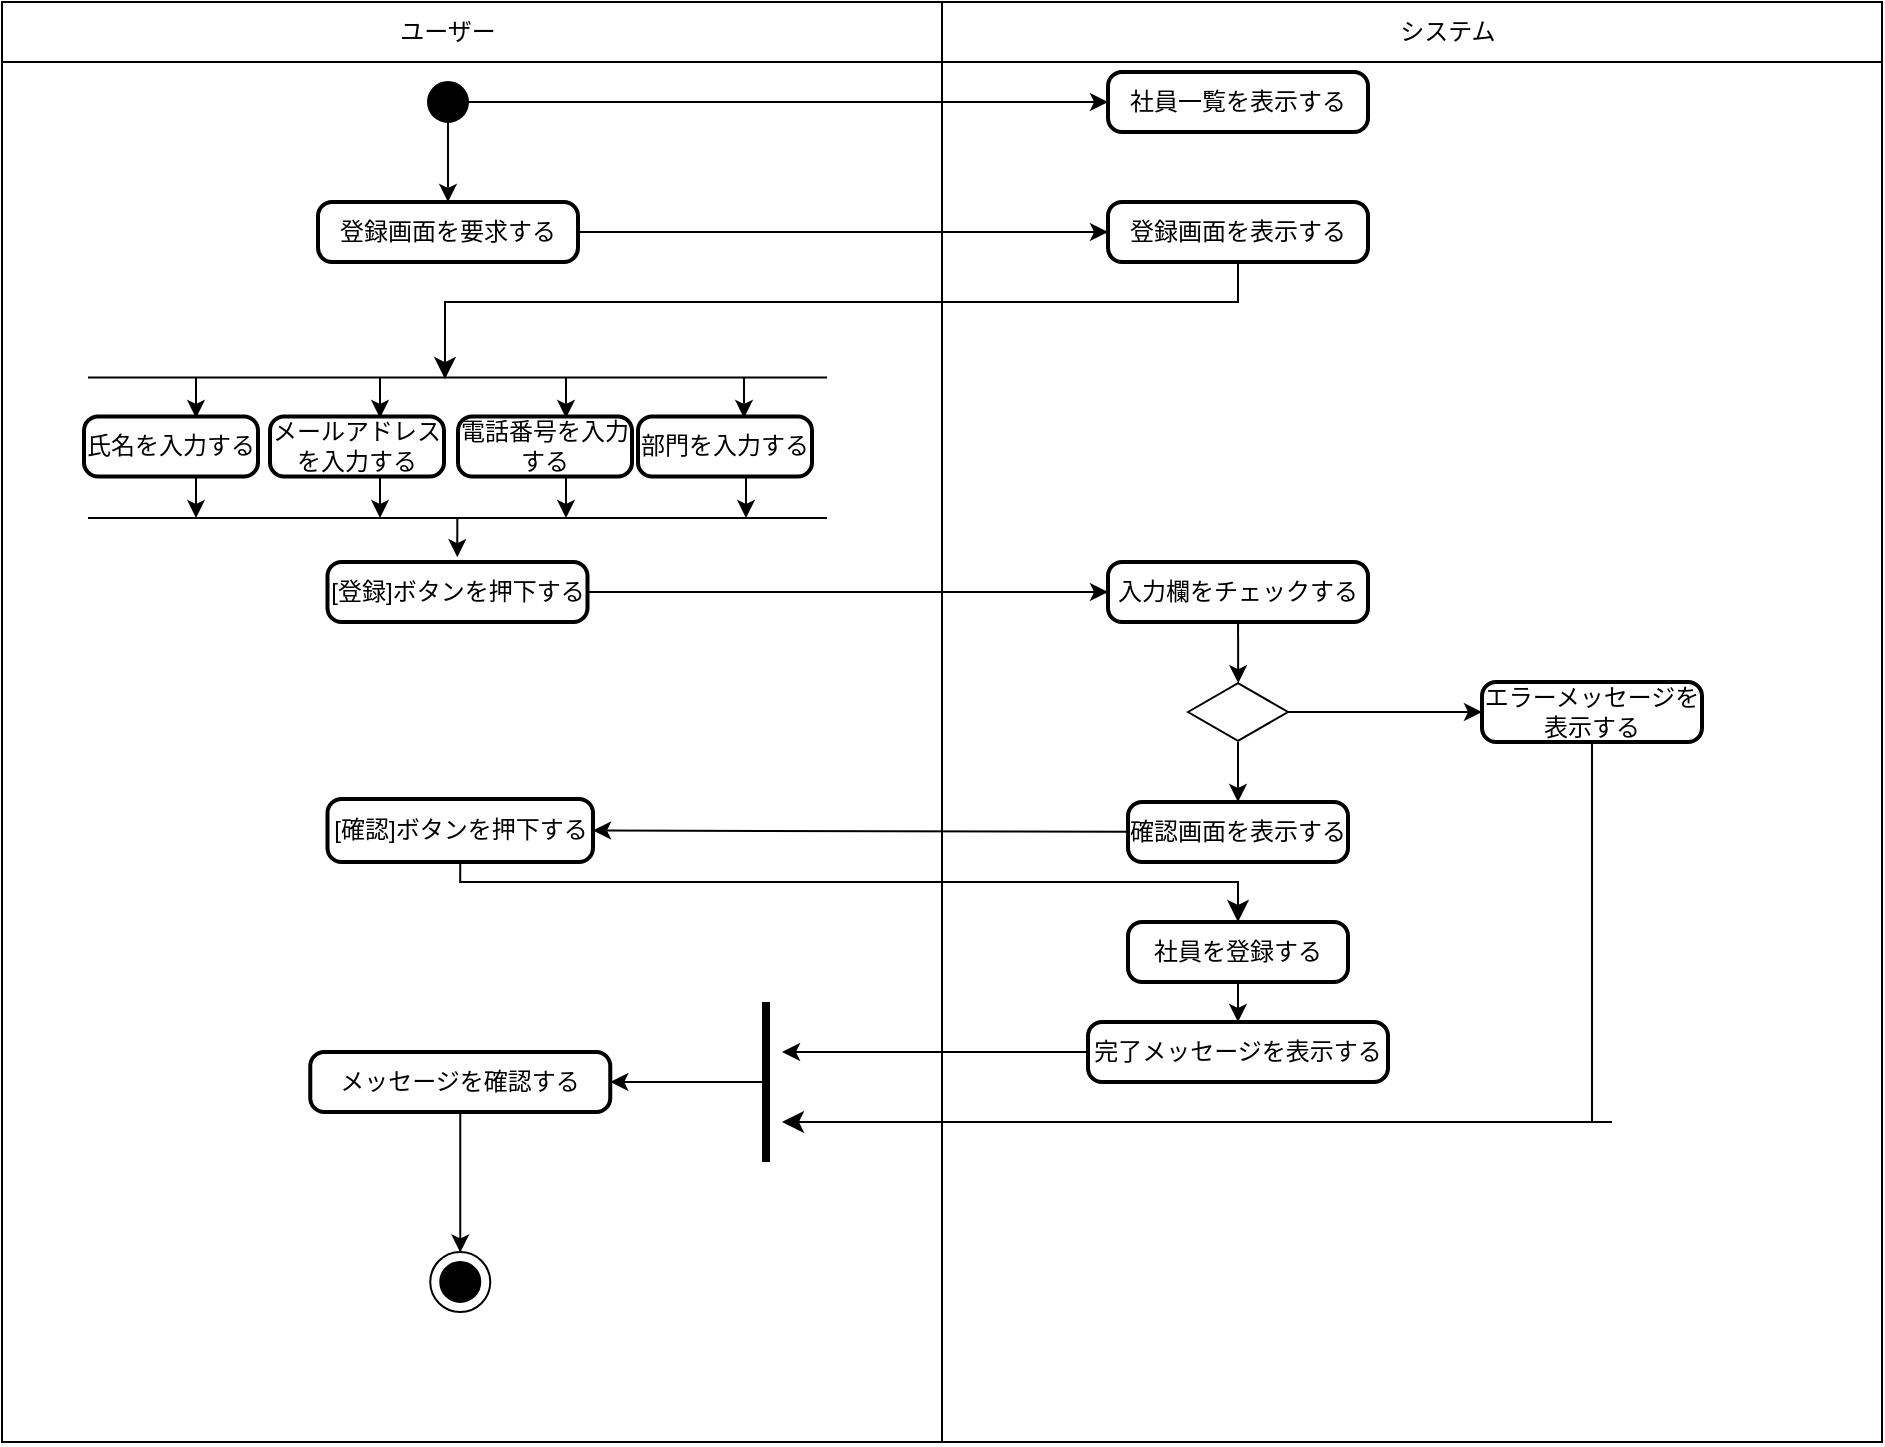
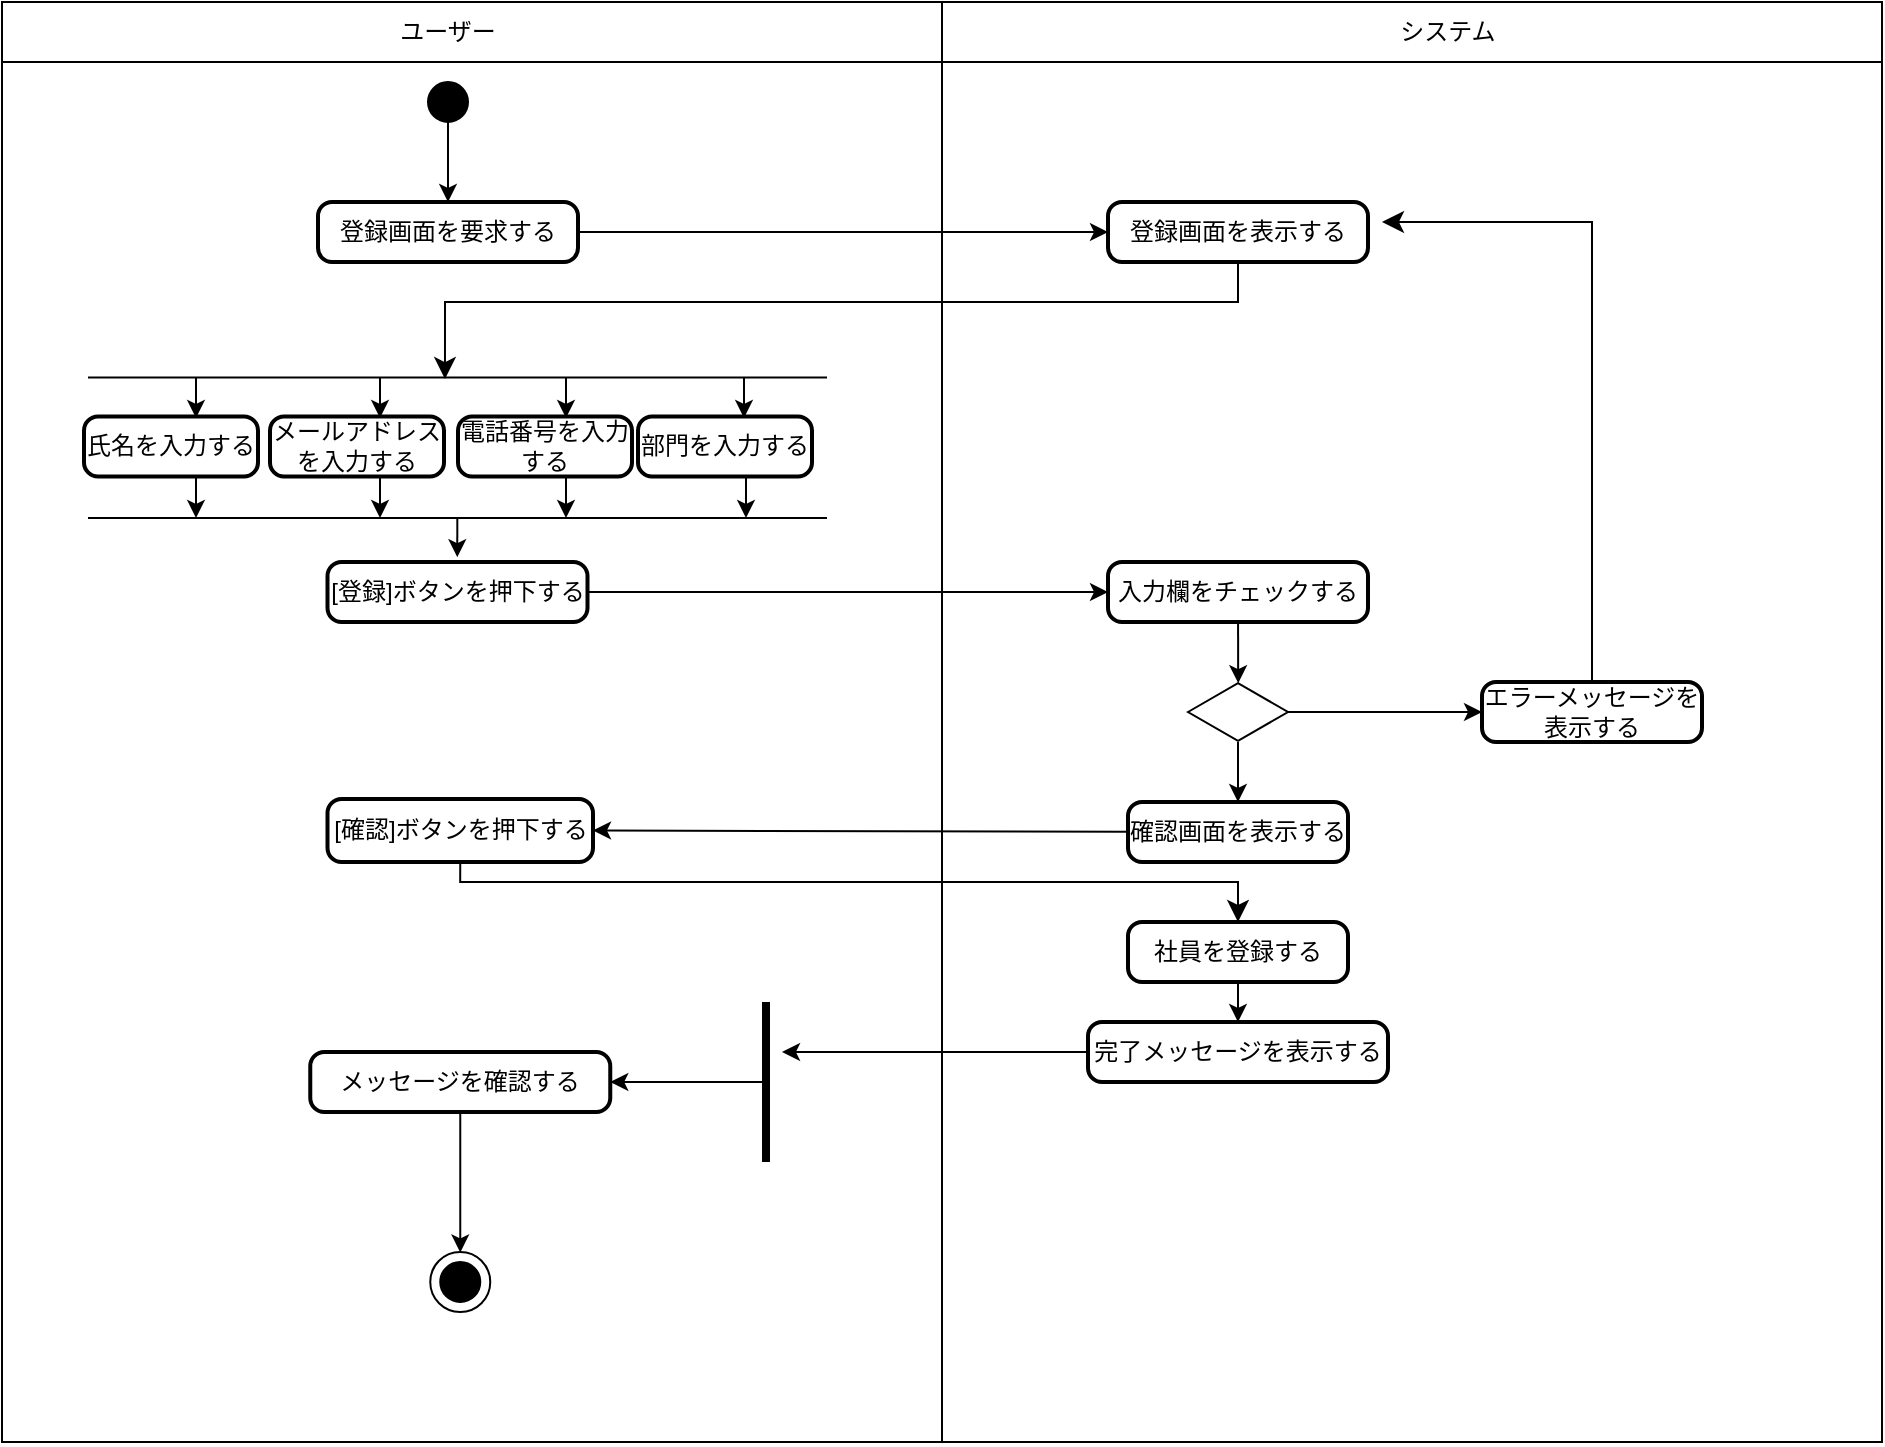
<mxfile host="65bd71144e">
    <diagram id="_1bGyNYO_4FTI1W7KcBl" name="ページ1">
-         <mxGraphModel dx="1775" dy="2217" grid="1" gridSize="10" guides="1" tooltips="1" connect="1" arrows="1" fold="1" page="1" pageScale="1" pageWidth="827" pageHeight="1169" math="0" shadow="0">
+         <mxGraphModel dx="822" dy="1518" grid="1" gridSize="10" guides="1" tooltips="1" connect="1" arrows="1" fold="1" page="1" pageScale="1" pageWidth="827" pageHeight="1169" math="0" shadow="0">
            <root>
                <mxCell id="0"/>
                <mxCell id="1" parent="0"/>
-                 <mxCell id="52" value="" style="swimlane;whiteSpace=wrap;html=1;startSize=30;" vertex="1" parent="1">
+                 <mxCell id="52" value="" style="swimlane;whiteSpace=wrap;html=1;startSize=30;" parent="1" vertex="1">
                    <mxGeometry x="70" y="-690" width="940" height="720" as="geometry"/>
                </mxCell>
-                 <mxCell id="53" value="ユーザー" style="text;html=1;align=center;verticalAlign=middle;whiteSpace=wrap;rounded=0;" vertex="1" parent="52">
+                 <mxCell id="53" value="ユーザー" style="text;html=1;align=center;verticalAlign=middle;whiteSpace=wrap;rounded=0;" parent="52" vertex="1">
                    <mxGeometry x="193" width="60" height="30" as="geometry"/>
                </mxCell>
-                 <mxCell id="54" value="システム" style="text;html=1;align=center;verticalAlign=middle;whiteSpace=wrap;rounded=0;" vertex="1" parent="52">
+                 <mxCell id="54" value="システム" style="text;html=1;align=center;verticalAlign=middle;whiteSpace=wrap;rounded=0;" parent="52" vertex="1">
                    <mxGeometry x="693" width="60" height="30" as="geometry"/>
                </mxCell>
-                 <mxCell id="55" style="edgeStyle=none;html=1;exitX=1;exitY=0.5;exitDx=0;exitDy=0;exitPerimeter=0;" edge="1" parent="52" source="57" target="65">
-                     <mxGeometry relative="1" as="geometry"/>
-                 </mxCell>
-                 <mxCell id="56" style="edgeStyle=none;html=1;exitX=0.5;exitY=1;exitDx=0;exitDy=0;exitPerimeter=0;entryX=0.5;entryY=0;entryDx=0;entryDy=0;" edge="1" parent="52" source="57" target="59">
-                     <mxGeometry relative="1" as="geometry"/>
-                 </mxCell>
-                 <mxCell id="57" value="" style="verticalLabelPosition=bottom;verticalAlign=top;html=1;shape=mxgraph.flowchart.on-page_reference;fillColor=#000000;" vertex="1" parent="52">
+                 <mxCell id="56" style="edgeStyle=none;html=1;exitX=0.5;exitY=1;exitDx=0;exitDy=0;exitPerimeter=0;entryX=0.5;entryY=0;entryDx=0;entryDy=0;" parent="52" source="57" target="59" edge="1">
+                     <mxGeometry relative="1" as="geometry"/>
+                 </mxCell>
+                 <mxCell id="57" value="" style="verticalLabelPosition=bottom;verticalAlign=top;html=1;shape=mxgraph.flowchart.on-page_reference;fillColor=#000000;" parent="52" vertex="1">
                    <mxGeometry x="213" y="40" width="20" height="20" as="geometry"/>
                </mxCell>
-                 <mxCell id="58" style="edgeStyle=none;html=1;entryX=0;entryY=0.5;entryDx=0;entryDy=0;" edge="1" parent="52" source="59" target="60">
-                     <mxGeometry relative="1" as="geometry"/>
-                 </mxCell>
-                 <mxCell id="59" value="登録画面を要求する" style="rounded=1;whiteSpace=wrap;html=1;absoluteArcSize=1;arcSize=14;strokeWidth=2;" vertex="1" parent="52">
+                 <mxCell id="58" style="edgeStyle=none;html=1;entryX=0;entryY=0.5;entryDx=0;entryDy=0;" parent="52" source="59" target="60" edge="1">
+                     <mxGeometry relative="1" as="geometry"/>
+                 </mxCell>
+                 <mxCell id="59" value="登録画面を要求する" style="rounded=1;whiteSpace=wrap;html=1;absoluteArcSize=1;arcSize=14;strokeWidth=2;" parent="52" vertex="1">
                    <mxGeometry x="158" y="100" width="130" height="30" as="geometry"/>
                </mxCell>
-                 <mxCell id="60" value="登録画面を表示する" style="rounded=1;whiteSpace=wrap;html=1;absoluteArcSize=1;arcSize=14;strokeWidth=2;" vertex="1" parent="52">
+                 <mxCell id="60" value="登録画面を表示する" style="rounded=1;whiteSpace=wrap;html=1;absoluteArcSize=1;arcSize=14;strokeWidth=2;" parent="52" vertex="1">
                    <mxGeometry x="553" y="100" width="130" height="30" as="geometry"/>
                </mxCell>
-                 <mxCell id="61" value="氏名を入力する" style="rounded=1;whiteSpace=wrap;html=1;absoluteArcSize=1;arcSize=14;strokeWidth=2;" vertex="1" parent="52">
+                 <mxCell id="61" value="氏名を入力する" style="rounded=1;whiteSpace=wrap;html=1;absoluteArcSize=1;arcSize=14;strokeWidth=2;" parent="52" vertex="1">
                    <mxGeometry x="41" y="207.25" width="87" height="30" as="geometry"/>
                </mxCell>
-                 <mxCell id="62" value="部門を入力する" style="rounded=1;whiteSpace=wrap;html=1;absoluteArcSize=1;arcSize=14;strokeWidth=2;" vertex="1" parent="52">
+                 <mxCell id="62" value="部門を入力する" style="rounded=1;whiteSpace=wrap;html=1;absoluteArcSize=1;arcSize=14;strokeWidth=2;" parent="52" vertex="1">
                    <mxGeometry x="318" y="207.25" width="87" height="30" as="geometry"/>
                </mxCell>
-                 <mxCell id="63" value="電話番号を入力する" style="rounded=1;whiteSpace=wrap;html=1;absoluteArcSize=1;arcSize=14;strokeWidth=2;" vertex="1" parent="52">
+                 <mxCell id="63" value="電話番号を入力する" style="rounded=1;whiteSpace=wrap;html=1;absoluteArcSize=1;arcSize=14;strokeWidth=2;" parent="52" vertex="1">
                    <mxGeometry x="228" y="207.25" width="87" height="30" as="geometry"/>
                </mxCell>
-                 <mxCell id="64" value="メールアドレスを入力する" style="rounded=1;whiteSpace=wrap;html=1;absoluteArcSize=1;arcSize=14;strokeWidth=2;" vertex="1" parent="52">
+                 <mxCell id="64" value="メールアドレスを入力する" style="rounded=1;whiteSpace=wrap;html=1;absoluteArcSize=1;arcSize=14;strokeWidth=2;" parent="52" vertex="1">
                    <mxGeometry x="134" y="207.25" width="87" height="30" as="geometry"/>
                </mxCell>
-                 <mxCell id="65" value="社員一覧を表示する" style="rounded=1;whiteSpace=wrap;html=1;absoluteArcSize=1;arcSize=14;strokeWidth=2;" vertex="1" parent="52">
-                     <mxGeometry x="553" y="35" width="130" height="30" as="geometry"/>
-                 </mxCell>
-                 <mxCell id="66" value="" style="shape=partialRectangle;whiteSpace=wrap;html=1;bottom=0;top=0;fillColor=none;rotation=-90;" vertex="1" parent="52">
+                 <mxCell id="66" value="" style="shape=partialRectangle;whiteSpace=wrap;html=1;bottom=0;top=0;fillColor=none;rotation=-90;" parent="52" vertex="1">
                    <mxGeometry x="192.66" y="38.6" width="70.19" height="368.5" as="geometry"/>
                </mxCell>
-                 <mxCell id="67" style="edgeStyle=none;html=1;entryX=0;entryY=0.5;entryDx=0;entryDy=0;" edge="1" parent="52" source="68" target="69">
-                     <mxGeometry relative="1" as="geometry"/>
-                 </mxCell>
-                 <mxCell id="68" value="[登録]ボタンを押下する" style="rounded=1;whiteSpace=wrap;html=1;absoluteArcSize=1;arcSize=14;strokeWidth=2;" vertex="1" parent="52">
+                 <mxCell id="67" style="edgeStyle=none;html=1;entryX=0;entryY=0.5;entryDx=0;entryDy=0;" parent="52" source="68" target="69" edge="1">
+                     <mxGeometry relative="1" as="geometry"/>
+                 </mxCell>
+                 <mxCell id="68" value="[登録]ボタンを押下する" style="rounded=1;whiteSpace=wrap;html=1;absoluteArcSize=1;arcSize=14;strokeWidth=2;" parent="52" vertex="1">
                    <mxGeometry x="162.75" y="280" width="130" height="30" as="geometry"/>
                </mxCell>
-                 <mxCell id="69" value="入力欄をチェックする" style="rounded=1;whiteSpace=wrap;html=1;absoluteArcSize=1;arcSize=14;strokeWidth=2;" vertex="1" parent="52">
+                 <mxCell id="69" value="入力欄をチェックする" style="rounded=1;whiteSpace=wrap;html=1;absoluteArcSize=1;arcSize=14;strokeWidth=2;" parent="52" vertex="1">
                    <mxGeometry x="553" y="280" width="130" height="30" as="geometry"/>
                </mxCell>
-                 <mxCell id="70" value="エラーメッセージを表示する" style="rounded=1;whiteSpace=wrap;html=1;absoluteArcSize=1;arcSize=14;strokeWidth=2;" vertex="1" parent="52">
+                 <mxCell id="70" value="エラーメッセージを表示する" style="rounded=1;whiteSpace=wrap;html=1;absoluteArcSize=1;arcSize=14;strokeWidth=2;" parent="52" vertex="1">
                    <mxGeometry x="740" y="340" width="110" height="30" as="geometry"/>
                </mxCell>
-                 <mxCell id="71" style="edgeStyle=none;html=1;entryX=1;entryY=0.5;entryDx=0;entryDy=0;" edge="1" parent="52" source="72" target="73">
-                     <mxGeometry relative="1" as="geometry"/>
-                 </mxCell>
-                 <mxCell id="72" value="確認画面を表示する" style="rounded=1;whiteSpace=wrap;html=1;absoluteArcSize=1;arcSize=14;strokeWidth=2;" vertex="1" parent="52">
+                 <mxCell id="71" style="edgeStyle=none;html=1;entryX=1;entryY=0.5;entryDx=0;entryDy=0;" parent="52" source="72" target="73" edge="1">
+                     <mxGeometry relative="1" as="geometry"/>
+                 </mxCell>
+                 <mxCell id="72" value="確認画面を表示する" style="rounded=1;whiteSpace=wrap;html=1;absoluteArcSize=1;arcSize=14;strokeWidth=2;" parent="52" vertex="1">
                    <mxGeometry x="563" y="400" width="110" height="30" as="geometry"/>
                </mxCell>
-                 <mxCell id="73" value="[確認]ボタンを押下する" style="rounded=1;whiteSpace=wrap;html=1;absoluteArcSize=1;arcSize=14;strokeWidth=2;" vertex="1" parent="52">
+                 <mxCell id="73" value="[確認]ボタンを押下する" style="rounded=1;whiteSpace=wrap;html=1;absoluteArcSize=1;arcSize=14;strokeWidth=2;" parent="52" vertex="1">
                    <mxGeometry x="162.75" y="398.5" width="132.75" height="31.5" as="geometry"/>
                </mxCell>
-                 <mxCell id="74" style="edgeStyle=none;html=1;exitX=0.5;exitY=1;exitDx=0;exitDy=0;entryX=0.5;entryY=0;entryDx=0;entryDy=0;" edge="1" parent="52" source="75" target="77">
-                     <mxGeometry relative="1" as="geometry"/>
-                 </mxCell>
-                 <mxCell id="75" value="社員を登録する" style="rounded=1;whiteSpace=wrap;html=1;absoluteArcSize=1;arcSize=14;strokeWidth=2;" vertex="1" parent="52">
+                 <mxCell id="74" style="edgeStyle=none;html=1;exitX=0.5;exitY=1;exitDx=0;exitDy=0;entryX=0.5;entryY=0;entryDx=0;entryDy=0;" parent="52" source="75" target="77" edge="1">
+                     <mxGeometry relative="1" as="geometry"/>
+                 </mxCell>
+                 <mxCell id="75" value="社員を登録する" style="rounded=1;whiteSpace=wrap;html=1;absoluteArcSize=1;arcSize=14;strokeWidth=2;" parent="52" vertex="1">
                    <mxGeometry x="563" y="460" width="110" height="30" as="geometry"/>
                </mxCell>
-                 <mxCell id="76" style="edgeStyle=none;html=1;" edge="1" parent="52" source="77">
+                 <mxCell id="76" style="edgeStyle=none;html=1;" parent="52" source="77" edge="1">
                    <mxGeometry relative="1" as="geometry">
                        <mxPoint x="390" y="525" as="targetPoint"/>
                    </mxGeometry>
                </mxCell>
-                 <mxCell id="77" value="完了メッセージを表示する" style="rounded=1;whiteSpace=wrap;html=1;absoluteArcSize=1;arcSize=14;strokeWidth=2;" vertex="1" parent="52">
+                 <mxCell id="77" value="完了メッセージを表示する" style="rounded=1;whiteSpace=wrap;html=1;absoluteArcSize=1;arcSize=14;strokeWidth=2;" parent="52" vertex="1">
                    <mxGeometry x="543" y="510" width="150" height="30" as="geometry"/>
                </mxCell>
-                 <mxCell id="78" value="メッセージを確認する" style="rounded=1;whiteSpace=wrap;html=1;absoluteArcSize=1;arcSize=14;strokeWidth=2;" vertex="1" parent="52">
+                 <mxCell id="78" value="メッセージを確認する" style="rounded=1;whiteSpace=wrap;html=1;absoluteArcSize=1;arcSize=14;strokeWidth=2;" parent="52" vertex="1">
                    <mxGeometry x="154.13" y="525" width="150" height="30" as="geometry"/>
                </mxCell>
-                 <mxCell id="79" style="edgeStyle=none;html=1;" edge="1" parent="52" source="81" target="70">
-                     <mxGeometry relative="1" as="geometry"/>
-                 </mxCell>
-                 <mxCell id="80" style="edgeStyle=none;html=1;entryX=0.5;entryY=0;entryDx=0;entryDy=0;" edge="1" parent="52" source="81" target="72">
-                     <mxGeometry relative="1" as="geometry"/>
-                 </mxCell>
-                 <mxCell id="81" value="" style="html=1;whiteSpace=wrap;aspect=fixed;shape=isoRectangle;" vertex="1" parent="52">
+                 <mxCell id="79" style="edgeStyle=none;html=1;" parent="52" source="81" target="70" edge="1">
+                     <mxGeometry relative="1" as="geometry"/>
+                 </mxCell>
+                 <mxCell id="80" style="edgeStyle=none;html=1;entryX=0.5;entryY=0;entryDx=0;entryDy=0;" parent="52" source="81" target="72" edge="1">
+                     <mxGeometry relative="1" as="geometry"/>
+                 </mxCell>
+                 <mxCell id="81" value="" style="html=1;whiteSpace=wrap;aspect=fixed;shape=isoRectangle;" parent="52" vertex="1">
                    <mxGeometry x="593" y="340" width="50" height="30" as="geometry"/>
                </mxCell>
-                 <mxCell id="82" value="" style="edgeStyle=segmentEdgeStyle;endArrow=classic;html=1;curved=0;rounded=0;endSize=8;startSize=8;exitX=0.5;exitY=1;exitDx=0;exitDy=0;entryX=0.989;entryY=0.483;entryDx=0;entryDy=0;entryPerimeter=0;" edge="1" parent="52" source="60" target="66">
+                 <mxCell id="82" value="" style="edgeStyle=segmentEdgeStyle;endArrow=classic;html=1;curved=0;rounded=0;endSize=8;startSize=8;exitX=0.5;exitY=1;exitDx=0;exitDy=0;entryX=0.989;entryY=0.483;entryDx=0;entryDy=0;entryPerimeter=0;" parent="52" source="60" target="66" edge="1">
                    <mxGeometry width="50" height="50" relative="1" as="geometry">
                        <mxPoint x="420" y="200" as="sourcePoint"/>
                        <mxPoint x="470" y="150" as="targetPoint"/>
                        <Array as="points">
                            <mxPoint x="618" y="150"/>
                            <mxPoint x="222" y="150"/>
                        </Array>
                    </mxGeometry>
                </mxCell>
-                 <mxCell id="83" style="edgeStyle=none;html=1;entryX=0.499;entryY=-0.081;entryDx=0;entryDy=0;entryPerimeter=0;" edge="1" parent="52" source="66" target="68">
-                     <mxGeometry relative="1" as="geometry"/>
-                 </mxCell>
-                 <mxCell id="84" style="edgeStyle=none;html=1;entryX=0.502;entryY=0.019;entryDx=0;entryDy=0;entryPerimeter=0;" edge="1" parent="52" source="69" target="81">
-                     <mxGeometry relative="1" as="geometry"/>
-                 </mxCell>
-                 <mxCell id="85" value="" style="edgeStyle=segmentEdgeStyle;endArrow=classic;html=1;curved=0;rounded=0;endSize=8;startSize=8;exitX=0.5;exitY=1;exitDx=0;exitDy=0;entryX=0.5;entryY=0;entryDx=0;entryDy=0;" edge="1" parent="52" source="73" target="75">
+                 <mxCell id="83" style="edgeStyle=none;html=1;entryX=0.499;entryY=-0.081;entryDx=0;entryDy=0;entryPerimeter=0;" parent="52" source="66" target="68" edge="1">
+                     <mxGeometry relative="1" as="geometry"/>
+                 </mxCell>
+                 <mxCell id="84" style="edgeStyle=none;html=1;entryX=0.502;entryY=0.019;entryDx=0;entryDy=0;entryPerimeter=0;" parent="52" source="69" target="81" edge="1">
+                     <mxGeometry relative="1" as="geometry"/>
+                 </mxCell>
+                 <mxCell id="85" value="" style="edgeStyle=segmentEdgeStyle;endArrow=classic;html=1;curved=0;rounded=0;endSize=8;startSize=8;exitX=0.5;exitY=1;exitDx=0;exitDy=0;entryX=0.5;entryY=0;entryDx=0;entryDy=0;" parent="52" source="73" target="75" edge="1">
                    <mxGeometry width="50" height="50" relative="1" as="geometry">
                        <mxPoint x="430" y="390" as="sourcePoint"/>
                        <mxPoint x="480" y="340" as="targetPoint"/>
                        <Array as="points">
                            <mxPoint x="229" y="440"/>
                            <mxPoint x="618" y="440"/>
                        </Array>
                    </mxGeometry>
                </mxCell>
-                 <mxCell id="86" style="edgeStyle=none;html=1;" edge="1" parent="52" source="87" target="78">
-                     <mxGeometry relative="1" as="geometry"/>
-                 </mxCell>
-                 <mxCell id="87" value="" style="line;strokeWidth=4;direction=south;html=1;perimeter=backbonePerimeter;points=[];outlineConnect=0;" vertex="1" parent="52">
+                 <mxCell id="86" style="edgeStyle=none;html=1;" parent="52" source="87" target="78" edge="1">
+                     <mxGeometry relative="1" as="geometry"/>
+                 </mxCell>
+                 <mxCell id="87" value="" style="line;strokeWidth=4;direction=south;html=1;perimeter=backbonePerimeter;points=[];outlineConnect=0;" parent="52" vertex="1">
                    <mxGeometry x="380" y="500" width="4" height="80" as="geometry"/>
                </mxCell>
-                 <mxCell id="88" value="" style="ellipse;whiteSpace=wrap;html=1;aspect=fixed;" vertex="1" parent="52">
+                 <mxCell id="88" value="" style="ellipse;whiteSpace=wrap;html=1;aspect=fixed;" parent="52" vertex="1">
                    <mxGeometry x="214.13" y="625" width="30" height="30" as="geometry"/>
                </mxCell>
-                 <mxCell id="89" value="" style="verticalLabelPosition=bottom;verticalAlign=top;html=1;shape=mxgraph.flowchart.on-page_reference;fillColor=#000000;" vertex="1" parent="52">
+                 <mxCell id="89" value="" style="verticalLabelPosition=bottom;verticalAlign=top;html=1;shape=mxgraph.flowchart.on-page_reference;fillColor=#000000;" parent="52" vertex="1">
                    <mxGeometry x="219.13" y="630" width="20" height="20" as="geometry"/>
                </mxCell>
-                 <mxCell id="90" style="edgeStyle=none;html=1;entryX=0.5;entryY=0.008;entryDx=0;entryDy=0;entryPerimeter=0;" edge="1" parent="52" source="78" target="88">
-                     <mxGeometry relative="1" as="geometry"/>
-                 </mxCell>
-                 <mxCell id="91" value="" style="endArrow=none;html=1;entryX=0.5;entryY=0;entryDx=0;entryDy=0;exitX=0.5;exitY=1;exitDx=0;exitDy=0;" edge="1" parent="1" source="52" target="52">
+                 <mxCell id="90" style="edgeStyle=none;html=1;entryX=0.5;entryY=0.008;entryDx=0;entryDy=0;entryPerimeter=0;" parent="52" source="78" target="88" edge="1">
+                     <mxGeometry relative="1" as="geometry"/>
+                 </mxCell>
+                 <mxCell id="91" value="" style="endArrow=none;html=1;entryX=0.5;entryY=0;entryDx=0;entryDy=0;exitX=0.5;exitY=1;exitDx=0;exitDy=0;" parent="1" source="52" target="52" edge="1">
                    <mxGeometry width="50" height="50" relative="1" as="geometry">
                        <mxPoint x="510" y="-220" as="sourcePoint"/>
                        <mxPoint x="560" y="-270" as="targetPoint"/>
                    </mxGeometry>
                </mxCell>
-                 <mxCell id="92" style="edgeStyle=none;html=1;exitX=0.5;exitY=1;exitDx=0;exitDy=0;exitPerimeter=0;" edge="1" parent="1">
+                 <mxCell id="92" style="edgeStyle=none;html=1;exitX=0.5;exitY=1;exitDx=0;exitDy=0;exitPerimeter=0;" parent="1" edge="1">
                    <mxGeometry relative="1" as="geometry">
                        <mxPoint x="167" y="-502" as="sourcePoint"/>
                        <mxPoint x="167" y="-482" as="targetPoint"/>
                    </mxGeometry>
                </mxCell>
-                 <mxCell id="93" style="edgeStyle=none;html=1;exitX=0.5;exitY=1;exitDx=0;exitDy=0;exitPerimeter=0;" edge="1" parent="1">
+                 <mxCell id="93" style="edgeStyle=none;html=1;exitX=0.5;exitY=1;exitDx=0;exitDy=0;exitPerimeter=0;" parent="1" edge="1">
                    <mxGeometry relative="1" as="geometry">
                        <mxPoint x="259" y="-502" as="sourcePoint"/>
                        <mxPoint x="259" y="-482" as="targetPoint"/>
                    </mxGeometry>
                </mxCell>
-                 <mxCell id="94" style="edgeStyle=none;html=1;exitX=0.5;exitY=1;exitDx=0;exitDy=0;exitPerimeter=0;" edge="1" parent="1">
+                 <mxCell id="94" style="edgeStyle=none;html=1;exitX=0.5;exitY=1;exitDx=0;exitDy=0;exitPerimeter=0;" parent="1" edge="1">
                    <mxGeometry relative="1" as="geometry">
                        <mxPoint x="352" y="-502" as="sourcePoint"/>
                        <mxPoint x="352" y="-482" as="targetPoint"/>
                    </mxGeometry>
                </mxCell>
-                 <mxCell id="95" style="edgeStyle=none;html=1;exitX=0.5;exitY=1;exitDx=0;exitDy=0;exitPerimeter=0;" edge="1" parent="1">
+                 <mxCell id="95" style="edgeStyle=none;html=1;exitX=0.5;exitY=1;exitDx=0;exitDy=0;exitPerimeter=0;" parent="1" edge="1">
                    <mxGeometry relative="1" as="geometry">
                        <mxPoint x="441" y="-502" as="sourcePoint"/>
                        <mxPoint x="441" y="-482" as="targetPoint"/>
                    </mxGeometry>
                </mxCell>
-                 <mxCell id="96" style="edgeStyle=none;html=1;exitX=0.5;exitY=1;exitDx=0;exitDy=0;exitPerimeter=0;" edge="1" parent="1">
+                 <mxCell id="96" style="edgeStyle=none;html=1;exitX=0.5;exitY=1;exitDx=0;exitDy=0;exitPerimeter=0;" parent="1" edge="1">
                    <mxGeometry relative="1" as="geometry">
                        <mxPoint x="442" y="-452" as="sourcePoint"/>
                        <mxPoint x="442" y="-432" as="targetPoint"/>
                    </mxGeometry>
                </mxCell>
-                 <mxCell id="97" style="edgeStyle=none;html=1;exitX=0.5;exitY=1;exitDx=0;exitDy=0;exitPerimeter=0;" edge="1" parent="1">
+                 <mxCell id="97" style="edgeStyle=none;html=1;exitX=0.5;exitY=1;exitDx=0;exitDy=0;exitPerimeter=0;" parent="1" edge="1">
                    <mxGeometry relative="1" as="geometry">
                        <mxPoint x="352" y="-452" as="sourcePoint"/>
                        <mxPoint x="352" y="-432" as="targetPoint"/>
                    </mxGeometry>
                </mxCell>
-                 <mxCell id="98" style="edgeStyle=none;html=1;exitX=0.5;exitY=1;exitDx=0;exitDy=0;exitPerimeter=0;" edge="1" parent="1">
+                 <mxCell id="98" style="edgeStyle=none;html=1;exitX=0.5;exitY=1;exitDx=0;exitDy=0;exitPerimeter=0;" parent="1" edge="1">
                    <mxGeometry relative="1" as="geometry">
                        <mxPoint x="259" y="-452" as="sourcePoint"/>
                        <mxPoint x="259" y="-432" as="targetPoint"/>
                    </mxGeometry>
                </mxCell>
-                 <mxCell id="99" style="edgeStyle=none;html=1;exitX=0.5;exitY=1;exitDx=0;exitDy=0;exitPerimeter=0;" edge="1" parent="1">
+                 <mxCell id="99" style="edgeStyle=none;html=1;exitX=0.5;exitY=1;exitDx=0;exitDy=0;exitPerimeter=0;" parent="1" edge="1">
                    <mxGeometry relative="1" as="geometry">
                        <mxPoint x="167" y="-452" as="sourcePoint"/>
                        <mxPoint x="167" y="-432" as="targetPoint"/>
                    </mxGeometry>
                </mxCell>
-                 <mxCell id="100" value="" style="edgeStyle=segmentEdgeStyle;endArrow=classic;html=1;curved=0;rounded=0;endSize=8;startSize=8;exitX=0.5;exitY=1;exitDx=0;exitDy=0;" edge="1" parent="1" source="70">
-                     <mxGeometry width="50" height="50" relative="1" as="geometry">
-                         <mxPoint x="490" y="-220" as="sourcePoint"/>
-                         <mxPoint x="460" y="-130" as="targetPoint"/>
+                 <mxCell id="100" value="" style="edgeStyle=segmentEdgeStyle;endArrow=classic;html=1;curved=0;rounded=0;endSize=8;startSize=8;" parent="1" edge="1">
+                     <mxGeometry width="50" height="50" relative="1" as="geometry">
+                         <mxPoint x="865" y="-350" as="sourcePoint"/>
+                         <mxPoint x="760" y="-580" as="targetPoint"/>
                        <Array as="points">
-                             <mxPoint x="875" y="-130"/>
-                             <mxPoint x="470" y="-130"/>
+                             <mxPoint x="865" y="-580"/>
                        </Array>
                    </mxGeometry>
                </mxCell>
-                 <mxCell id="101" value="" style="line;strokeWidth=4;direction=south;html=1;perimeter=backbonePerimeter;points=[];outlineConnect=0;" vertex="1" parent="1">
+                 <mxCell id="101" value="" style="line;strokeWidth=4;direction=south;html=1;perimeter=backbonePerimeter;points=[];outlineConnect=0;" parent="1" vertex="1">
                    <mxGeometry x="520" y="-190" height="80" as="geometry"/>
                </mxCell>
            </root>
        </mxGraphModel>
    </diagram>
</mxfile>